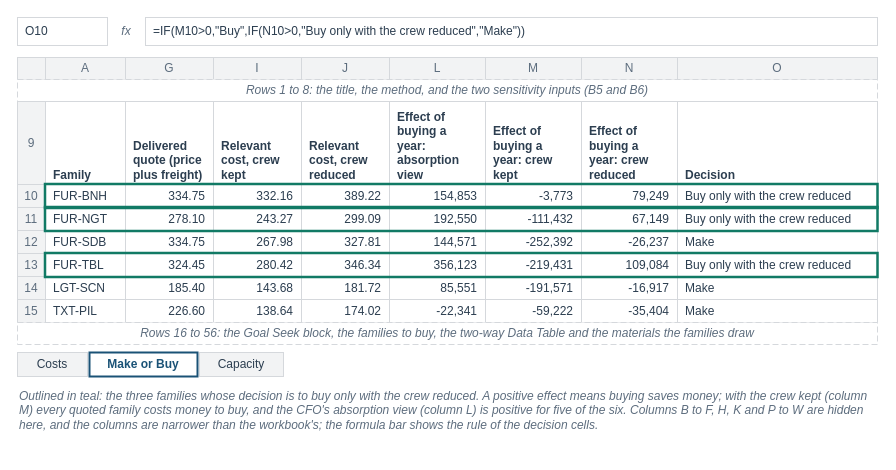
This is facts/instructor/figures/chapter-18-make-buy-or-reprice/IF-18-6-A.drawio from mmcodesso/Accounting_Analytics_Book, a draw.io file, before an edit. Source tidied: cells renumbered, new cells numbered last; positions are measured from the earlier drawing's top-left corner, leaving out a move shared by most shapes. Both pictures are drawn from the tidied source at 100%, with x=0, y=0 at pixel (17, 17).
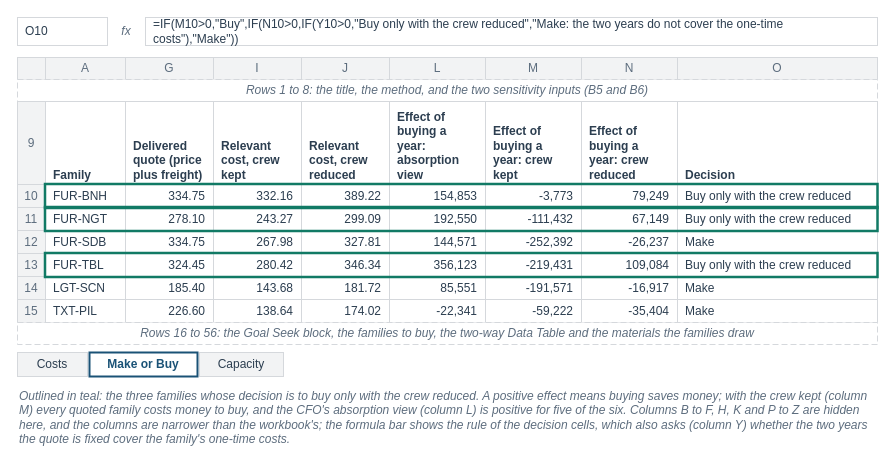
The same diagram, later.

Diff of the diagram source:
```diff
@@
     <mxCell id="2" style="rounded=0;html=1;fillColor=none;strokeColor=none;" parent="1" vertex="1">
-      <mxGeometry width="860" height="420" as="geometry" />
+      <mxGeometry width="860" height="435" as="geometry" />
     </mxCell>
@@
-    <mxCell id="5" value="=IF(M10&amp;gt;0,&quot;Buy&quot;,IF(N10&amp;gt;0,&quot;Buy only with the crew reduced&quot;,&quot;Make&quot;))" style="rounded=0;arcSize=6;whiteSpace=wrap;html=1;fillColor=#FFFFFF;strokeColor=#D5D8DC;strokeWidth=1;fontColor=#2C3E50;fontSize=12;fontStyle=0;align=left;verticalAlign=middle;fontFamily=Helvetica;spacingLeft=6;spacingRight=6;" parent="1" vertex="1">
+    <mxCell id="5" value="=IF(M10&amp;gt;0,&quot;Buy&quot;,IF(N10&amp;gt;0,IF(Y10&amp;gt;0,&quot;Buy only with the crew reduced&quot;,&quot;Make: the two years do not cover the one-time costs&quot;),&quot;Make&quot;))" style="rounded=0;arcSize=6;whiteSpace=wrap;html=1;fillColor=#FFFFFF;strokeColor=#D5D8DC;strokeWidth=1;fontColor=#2C3E50;fontSize=12;fontStyle=0;align=left;verticalAlign=middle;fontFamily=Helvetica;spacingLeft=6;spacingRight=6;" parent="1" vertex="1">
       <mxGeometry x="128" width="732" height="28" as="geometry" />
     </mxCell>
@@
-    <mxCell id="83" value="&lt;i&gt;Outlined in teal: the three families whose decision is to buy only with the crew reduced. A positive effect means buying saves money; with the crew kept (column M) every quoted family costs money to buy, and the CFO's absorption view (column L) is positive for five of the six. Columns B to F, H, K and P to W are hidden here, and the columns are narrower than the workbook's; the formula bar shows the rule of the decision cells.&lt;/i&gt;" style="text;html=1;whiteSpace=wrap;align=left;verticalAlign=top;fontSize=12;fontColor=#5D6D7E;fontStyle=0;fontFamily=Helvetica;spacing=2;fillColor=none;strokeColor=none;" parent="1" vertex="1">
-      <mxGeometry y="365" width="860" height="53" as="geometry" />
+    <mxCell id="83" value="&lt;i&gt;Outlined in teal: the three families whose decision is to buy only with the crew reduced. A positive effect means buying saves money; with the crew kept (column M) every quoted family costs money to buy, and the CFO's absorption view (column L) is positive for five of the six. Columns B to F, H, K and P to Z are hidden here, and the columns are narrower than the workbook's; the formula bar shows the rule of the decision cells, which also asks (column Y) whether the two years the quote is fixed cover the family's one-time costs.&lt;/i&gt;" style="text;html=1;whiteSpace=wrap;align=left;verticalAlign=top;fontSize=12;fontColor=#5D6D7E;fontStyle=0;fontFamily=Helvetica;spacing=2;fillColor=none;strokeColor=none;" parent="1" vertex="1">
+      <mxGeometry y="365" width="860" height="68" as="geometry" />
     </mxCell>
```
